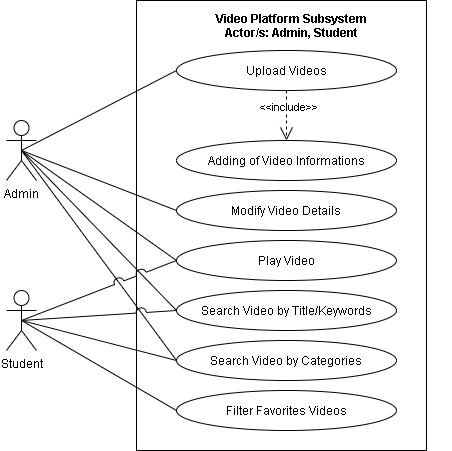
mrklglsn/CAPSTONE-FILES keeps this draw.io diagram as REVISIONS/UML-DIAGRAMS/6-28-2021/USE CASE/4-VSS.png. Above is the earlier version. Source tidied: cells renumbered, new cells last; positions are measured from the earlier drawing's top-left corner, leaving out a move shared by most shapes. The source it was exported from:
```xml
<mxGraphModel>
  <root>
    <mxCell id="0" />
    <mxCell id="1" parent="0" />
    <mxCell id="2" style="html=1;fillColor=none;" parent="1" vertex="1">
      <mxGeometry x="130" width="290" height="450" as="geometry" />
    </mxCell>
    <mxCell id="3" style="rounded=0;jumpStyle=arc;jumpSize=14;jettySize=auto;html=1;exitX=0.5;exitY=0.5;exitDx=0;exitDy=0;exitPerimeter=0;entryX=0;entryY=0.5;entryDx=0;entryDy=0;startArrow=none;startFill=0;endArrow=none;endFill=0;startSize=11;endSize=11;" parent="1" edge="1" source="8" target="11">
      <mxGeometry relative="1" as="geometry" />
    </mxCell>
    <mxCell id="4" style="edgeStyle=none;rounded=0;jumpStyle=arc;jumpSize=14;jettySize=auto;html=1;exitX=0.5;exitY=0.5;exitDx=0;exitDy=0;exitPerimeter=0;entryX=0;entryY=0.5;entryDx=0;entryDy=0;startArrow=none;startFill=0;endArrow=none;endFill=0;startSize=11;endSize=11;" parent="1" edge="1" source="8" target="14">
      <mxGeometry relative="1" as="geometry" />
    </mxCell>
    <mxCell id="5" style="edgeStyle=none;rounded=0;jumpStyle=arc;jumpSize=14;jettySize=auto;html=1;exitX=0.5;exitY=0.5;exitDx=0;exitDy=0;exitPerimeter=0;entryX=0;entryY=0.5;entryDx=0;entryDy=0;startArrow=none;startFill=0;endArrow=none;endFill=0;startSize=11;endSize=11;" parent="1" edge="1" source="8" target="16">
      <mxGeometry relative="1" as="geometry" />
    </mxCell>
    <mxCell id="6" style="edgeStyle=none;rounded=0;jumpStyle=arc;jumpSize=14;jettySize=auto;html=1;exitX=0.5;exitY=0.5;exitDx=0;exitDy=0;exitPerimeter=0;entryX=0;entryY=0.5;entryDx=0;entryDy=0;startArrow=none;startFill=0;endArrow=none;endFill=0;startSize=11;endSize=11;" parent="1" edge="1" source="8" target="15">
      <mxGeometry relative="1" as="geometry" />
    </mxCell>
    <mxCell id="7" style="edgeStyle=none;rounded=0;jettySize=auto;html=1;exitX=0.5;exitY=0.5;exitDx=0;exitDy=0;exitPerimeter=0;entryX=0;entryY=0.5;entryDx=0;entryDy=0;endArrow=none;endFill=0;endSize=8;" parent="1" edge="1" source="8" target="22">
      <mxGeometry relative="1" as="geometry" />
    </mxCell>
    <mxCell id="8" value="Admin" style="shape=umlActor;verticalLabelPosition=bottom;verticalAlign=top;html=1;fillColor=none;" parent="1" vertex="1">
      <mxGeometry y="120" width="30" height="60" as="geometry" />
    </mxCell>
    <mxCell id="9" style="edgeStyle=none;rounded=0;jumpStyle=arc;jumpSize=14;jettySize=auto;html=1;exitX=0.5;exitY=1;exitDx=0;exitDy=0;entryX=0.5;entryY=0;entryDx=0;entryDy=0;dashed=1;startArrow=none;startFill=0;endArrow=open;endFill=0;startSize=11;endSize=11;" parent="1" edge="1" source="11" target="13">
      <mxGeometry relative="1" as="geometry" />
    </mxCell>
    <mxCell id="10" value="&amp;lt;&amp;lt;include&amp;gt;&amp;gt;" style="edgeLabel;html=1;align=center;verticalAlign=middle;" parent="9" vertex="1">
      <mxGeometry x="-0.34" y="1" relative="1" as="geometry" />
    </mxCell>
    <mxCell id="11" value="Upload Videos" style="ellipse;whiteSpace=wrap;html=1;fillColor=none;" parent="1" vertex="1">
      <mxGeometry x="170" y="50" width="220" height="40" as="geometry" />
    </mxCell>
    <mxCell id="12" value="Video Platform Subsystem&#10;Actor/s: Admin, Student" style="text;align=center;fontStyle=1;verticalAlign=middle;spacingLeft=3;spacingRight=3;strokeColor=none;fillColor=none;" parent="1" vertex="1">
      <mxGeometry x="125" y="10" width="320" height="30" as="geometry" />
    </mxCell>
    <mxCell id="13" value="Adding of Video Informations" style="ellipse;whiteSpace=wrap;html=1;fillColor=none;" parent="1" vertex="1">
      <mxGeometry x="170" y="140" width="220" height="40" as="geometry" />
    </mxCell>
    <mxCell id="14" value="Modify Video Details" style="ellipse;whiteSpace=wrap;html=1;fillColor=none;" parent="1" vertex="1">
      <mxGeometry x="170" y="190" width="220" height="40" as="geometry" />
    </mxCell>
    <mxCell id="15" value="Search Video by Title/Keywords" style="ellipse;whiteSpace=wrap;html=1;fillColor=none;" parent="1" vertex="1">
      <mxGeometry x="170" y="290" width="220" height="40" as="geometry" />
    </mxCell>
    <mxCell id="16" value="Play Video" style="ellipse;whiteSpace=wrap;html=1;fillColor=none;" parent="1" vertex="1">
      <mxGeometry x="170" y="240" width="220" height="40" as="geometry" />
    </mxCell>
    <mxCell id="17" style="edgeStyle=none;rounded=0;jumpStyle=arc;jumpSize=10;jettySize=auto;html=1;exitX=0.5;exitY=0.5;exitDx=0;exitDy=0;exitPerimeter=0;entryX=0;entryY=0.5;entryDx=0;entryDy=0;startArrow=none;startFill=0;endArrow=none;endFill=0;startSize=11;endSize=11;" parent="1" edge="1" source="21" target="15">
      <mxGeometry relative="1" as="geometry" />
    </mxCell>
    <mxCell id="18" style="edgeStyle=none;rounded=0;jumpStyle=arc;jumpSize=10;jettySize=auto;html=1;exitX=0.5;exitY=0.5;exitDx=0;exitDy=0;exitPerimeter=0;entryX=0;entryY=0.5;entryDx=0;entryDy=0;startArrow=none;startFill=0;endArrow=none;endFill=0;startSize=11;endSize=11;" parent="1" edge="1" source="21" target="16">
      <mxGeometry relative="1" as="geometry" />
    </mxCell>
    <mxCell id="19" style="edgeStyle=none;rounded=0;jettySize=auto;html=1;exitX=0.5;exitY=0.5;exitDx=0;exitDy=0;exitPerimeter=0;entryX=0;entryY=0.5;entryDx=0;entryDy=0;endArrow=none;endFill=0;endSize=8;" parent="1" edge="1" source="21" target="22">
      <mxGeometry relative="1" as="geometry" />
    </mxCell>
    <mxCell id="20" style="edgeStyle=none;rounded=0;jettySize=auto;html=1;exitX=0.5;exitY=0.5;exitDx=0;exitDy=0;exitPerimeter=0;entryX=0;entryY=0.5;entryDx=0;entryDy=0;endArrow=none;endFill=0;endSize=8;" parent="1" edge="1" source="21" target="23">
      <mxGeometry relative="1" as="geometry" />
    </mxCell>
    <mxCell id="21" value="Student" style="shape=umlActor;verticalLabelPosition=bottom;verticalAlign=top;html=1;fillColor=none;" parent="1" vertex="1">
      <mxGeometry y="290" width="30" height="60" as="geometry" />
    </mxCell>
    <mxCell id="22" value="Search Video by Categories" style="ellipse;whiteSpace=wrap;html=1;fillColor=none;" parent="1" vertex="1">
      <mxGeometry x="170" y="340" width="220" height="40" as="geometry" />
    </mxCell>
    <mxCell id="23" value="Filter Favorites Videos" style="ellipse;whiteSpace=wrap;html=1;fillColor=none;" parent="1" vertex="1">
      <mxGeometry x="170" y="390" width="220" height="40" as="geometry" />
    </mxCell>
  </root>
</mxGraphModel>
```
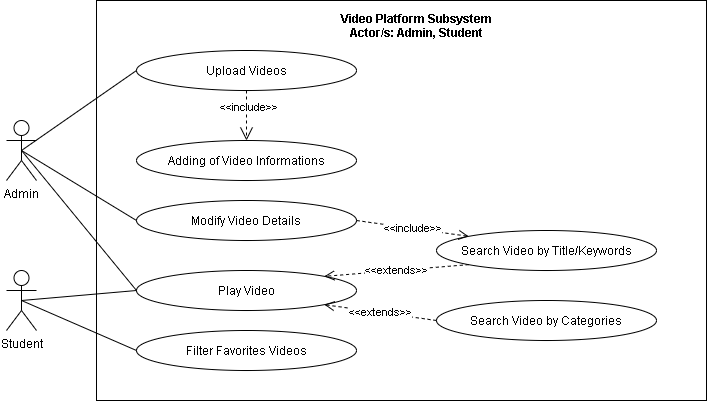
Later version of the same file.

Change to the diagram source:
```diff
@@ -3,7 +3,7 @@
     <mxCell id="0" />
     <mxCell id="1" parent="0" />
     <mxCell id="2" style="html=1;fillColor=none;" parent="1" vertex="1">
-      <mxGeometry x="130" width="290" height="450" as="geometry" />
+      <mxGeometry x="130" width="610" height="400" as="geometry" />
     </mxCell>
     <mxCell id="3" style="rounded=0;jumpStyle=arc;jumpSize=14;jettySize=auto;html=1;exitX=0.5;exitY=0.5;exitDx=0;exitDy=0;exitPerimeter=0;entryX=0;entryY=0.5;entryDx=0;entryDy=0;startArrow=none;startFill=0;endArrow=none;endFill=0;startSize=11;endSize=11;" parent="1" edge="1" source="8" target="11">
       <mxGeometry relative="1" as="geometry" />
@@ -14,14 +14,8 @@
     <mxCell id="5" style="edgeStyle=none;rounded=0;jumpStyle=arc;jumpSize=14;jettySize=auto;html=1;exitX=0.5;exitY=0.5;exitDx=0;exitDy=0;exitPerimeter=0;entryX=0;entryY=0.5;entryDx=0;entryDy=0;startArrow=none;startFill=0;endArrow=none;endFill=0;startSize=11;endSize=11;" parent="1" edge="1" source="8" target="16">
       <mxGeometry relative="1" as="geometry" />
     </mxCell>
-    <mxCell id="6" style="edgeStyle=none;rounded=0;jumpStyle=arc;jumpSize=14;jettySize=auto;html=1;exitX=0.5;exitY=0.5;exitDx=0;exitDy=0;exitPerimeter=0;entryX=0;entryY=0.5;entryDx=0;entryDy=0;startArrow=none;startFill=0;endArrow=none;endFill=0;startSize=11;endSize=11;" parent="1" edge="1" source="8" target="15">
-      <mxGeometry relative="1" as="geometry" />
-    </mxCell>
-    <mxCell id="7" style="edgeStyle=none;rounded=0;jettySize=auto;html=1;exitX=0.5;exitY=0.5;exitDx=0;exitDy=0;exitPerimeter=0;entryX=0;entryY=0.5;entryDx=0;entryDy=0;endArrow=none;endFill=0;endSize=8;" parent="1" edge="1" source="8" target="22">
-      <mxGeometry relative="1" as="geometry" />
-    </mxCell>
     <mxCell id="8" value="Admin" style="shape=umlActor;verticalLabelPosition=bottom;verticalAlign=top;html=1;fillColor=none;" parent="1" vertex="1">
-      <mxGeometry y="120" width="30" height="60" as="geometry" />
+      <mxGeometry x="40" y="120" width="30" height="60" as="geometry" />
     </mxCell>
     <mxCell id="9" style="edgeStyle=none;rounded=0;jumpStyle=arc;jumpSize=14;jettySize=auto;html=1;exitX=0.5;exitY=1;exitDx=0;exitDy=0;entryX=0.5;entryY=0;entryDx=0;entryDy=0;dashed=1;startArrow=none;startFill=0;endArrow=open;endFill=0;startSize=11;endSize=11;" parent="1" edge="1" source="11" target="13">
       <mxGeometry relative="1" as="geometry" />
@@ -33,40 +27,43 @@
       <mxGeometry x="170" y="50" width="220" height="40" as="geometry" />
     </mxCell>
     <mxCell id="12" value="Video Platform Subsystem&#10;Actor/s: Admin, Student" style="text;align=center;fontStyle=1;verticalAlign=middle;spacingLeft=3;spacingRight=3;strokeColor=none;fillColor=none;" parent="1" vertex="1">
-      <mxGeometry x="125" y="10" width="320" height="30" as="geometry" />
+      <mxGeometry x="290" y="10" width="320" height="30" as="geometry" />
     </mxCell>
     <mxCell id="13" value="Adding of Video Informations" style="ellipse;whiteSpace=wrap;html=1;fillColor=none;" parent="1" vertex="1">
       <mxGeometry x="170" y="140" width="220" height="40" as="geometry" />
     </mxCell>
+    <mxCell id="24" value="&amp;lt;&amp;lt;include&amp;gt;&amp;gt;" style="edgeStyle=none;rounded=0;jumpStyle=arc;jumpSize=10;jettySize=auto;html=1;exitX=1;exitY=0.5;exitDx=0;exitDy=0;entryX=0;entryY=0;entryDx=0;entryDy=0;endArrow=open;endFill=0;endSize=8;dashed=1;" parent="1" edge="1" source="14" target="15">
+      <mxGeometry relative="1" as="geometry" />
+    </mxCell>
     <mxCell id="14" value="Modify Video Details" style="ellipse;whiteSpace=wrap;html=1;fillColor=none;" parent="1" vertex="1">
-      <mxGeometry x="170" y="190" width="220" height="40" as="geometry" />
+      <mxGeometry x="170" y="200" width="220" height="40" as="geometry" />
     </mxCell>
     <mxCell id="15" value="Search Video by Title/Keywords" style="ellipse;whiteSpace=wrap;html=1;fillColor=none;" parent="1" vertex="1">
-      <mxGeometry x="170" y="290" width="220" height="40" as="geometry" />
+      <mxGeometry x="470" y="230" width="220" height="40" as="geometry" />
     </mxCell>
+    <mxCell id="25" value="&amp;lt;&amp;lt;extends&amp;gt;&amp;gt;" style="edgeStyle=none;rounded=0;jumpStyle=arc;jumpSize=10;jettySize=auto;html=1;exitX=0;exitY=1;exitDx=0;exitDy=0;entryX=1;entryY=0;entryDx=0;entryDy=0;dashed=1;endArrow=open;endFill=0;endSize=8;" parent="1" edge="1" source="15" target="16">
+      <mxGeometry relative="1" as="geometry" />
+    </mxCell>
     <mxCell id="16" value="Play Video" style="ellipse;whiteSpace=wrap;html=1;fillColor=none;" parent="1" vertex="1">
-      <mxGeometry x="170" y="240" width="220" height="40" as="geometry" />
+      <mxGeometry x="170" y="270" width="220" height="40" as="geometry" />
     </mxCell>
-    <mxCell id="17" style="edgeStyle=none;rounded=0;jumpStyle=arc;jumpSize=10;jettySize=auto;html=1;exitX=0.5;exitY=0.5;exitDx=0;exitDy=0;exitPerimeter=0;entryX=0;entryY=0.5;entryDx=0;entryDy=0;startArrow=none;startFill=0;endArrow=none;endFill=0;startSize=11;endSize=11;" parent="1" edge="1" source="21" target="15">
-      <mxGeometry relative="1" as="geometry" />
-    </mxCell>
     <mxCell id="18" style="edgeStyle=none;rounded=0;jumpStyle=arc;jumpSize=10;jettySize=auto;html=1;exitX=0.5;exitY=0.5;exitDx=0;exitDy=0;exitPerimeter=0;entryX=0;entryY=0.5;entryDx=0;entryDy=0;startArrow=none;startFill=0;endArrow=none;endFill=0;startSize=11;endSize=11;" parent="1" edge="1" source="21" target="16">
       <mxGeometry relative="1" as="geometry" />
     </mxCell>
-    <mxCell id="19" style="edgeStyle=none;rounded=0;jettySize=auto;html=1;exitX=0.5;exitY=0.5;exitDx=0;exitDy=0;exitPerimeter=0;entryX=0;entryY=0.5;entryDx=0;entryDy=0;endArrow=none;endFill=0;endSize=8;" parent="1" edge="1" source="21" target="22">
-      <mxGeometry relative="1" as="geometry" />
-    </mxCell>
     <mxCell id="20" style="edgeStyle=none;rounded=0;jettySize=auto;html=1;exitX=0.5;exitY=0.5;exitDx=0;exitDy=0;exitPerimeter=0;entryX=0;entryY=0.5;entryDx=0;entryDy=0;endArrow=none;endFill=0;endSize=8;" parent="1" edge="1" source="21" target="23">
       <mxGeometry relative="1" as="geometry" />
     </mxCell>
     <mxCell id="21" value="Student" style="shape=umlActor;verticalLabelPosition=bottom;verticalAlign=top;html=1;fillColor=none;" parent="1" vertex="1">
-      <mxGeometry y="290" width="30" height="60" as="geometry" />
+      <mxGeometry x="40" y="270" width="30" height="60" as="geometry" />
     </mxCell>
+    <mxCell id="26" value="&amp;lt;&amp;lt;extends&amp;gt;&amp;gt;" style="edgeStyle=none;rounded=0;jumpStyle=arc;jumpSize=10;jettySize=auto;html=1;exitX=0;exitY=0.5;exitDx=0;exitDy=0;entryX=1;entryY=1;entryDx=0;entryDy=0;dashed=1;endArrow=open;endFill=0;endSize=8;" parent="1" edge="1" source="22" target="16">
+      <mxGeometry relative="1" as="geometry" />
+    </mxCell>
     <mxCell id="22" value="Search Video by Categories" style="ellipse;whiteSpace=wrap;html=1;fillColor=none;" parent="1" vertex="1">
-      <mxGeometry x="170" y="340" width="220" height="40" as="geometry" />
+      <mxGeometry x="470" y="300" width="220" height="40" as="geometry" />
     </mxCell>
     <mxCell id="23" value="Filter Favorites Videos" style="ellipse;whiteSpace=wrap;html=1;fillColor=none;" parent="1" vertex="1">
-      <mxGeometry x="170" y="390" width="220" height="40" as="geometry" />
+      <mxGeometry x="170" y="330" width="220" height="40" as="geometry" />
     </mxCell>
   </root>
 </mxGraphModel>
```
